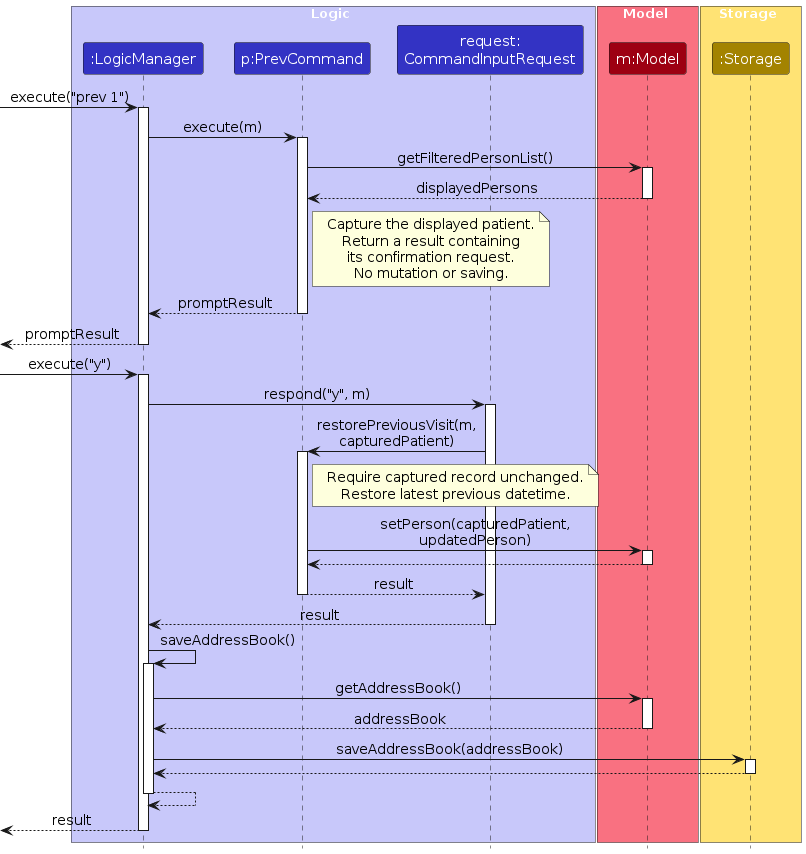
AY2627S1-CS2103T-T09-4/tp keeps this PlantUML diagram as diagrams/PrevSequenceDiagram.png. Above is the earlier version. Its source is kept beside it as diagrams/PrevSequenceDiagram.puml.
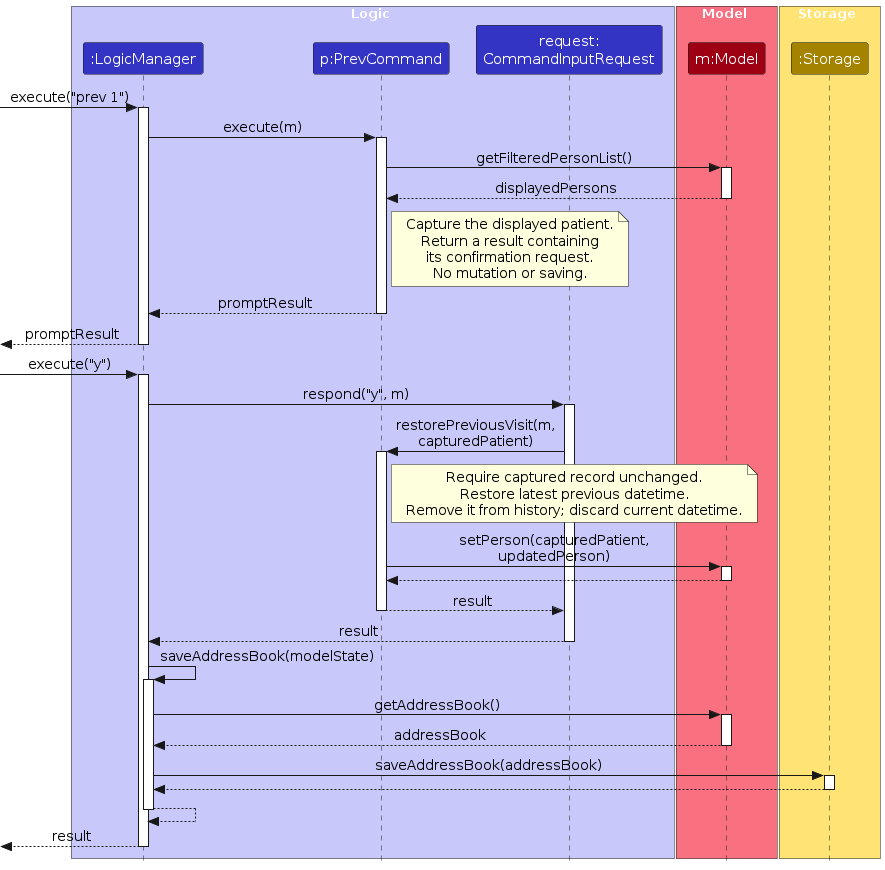
Later version of the same file.

Diff of the diagram source:
```diff
@@ -1,5 +1,6 @@
 @startuml
 !include style.puml
+skinparam style strictuml
 skinparam ArrowFontStyle plain
 
 skinparam ParticipantPadding 6
@@ -61,6 +62,7 @@
 note right of PrevCommand
   Require captured record unchanged.
   Restore latest previous datetime.
+  Remove it from history; discard current datetime.
 end note
 PrevCommand -> Model : setPerson(capturedPatient,\nupdatedPerson)
 activate Model
@@ -71,7 +73,7 @@
 InputRequest --> LogicManager : result
 deactivate InputRequest
 
-LogicManager -> LogicManager : saveAddressBook()
+LogicManager -> LogicManager : saveAddressBook(modelState)
 activate LogicManager
 LogicManager -> Model : getAddressBook()
 activate Model
```
